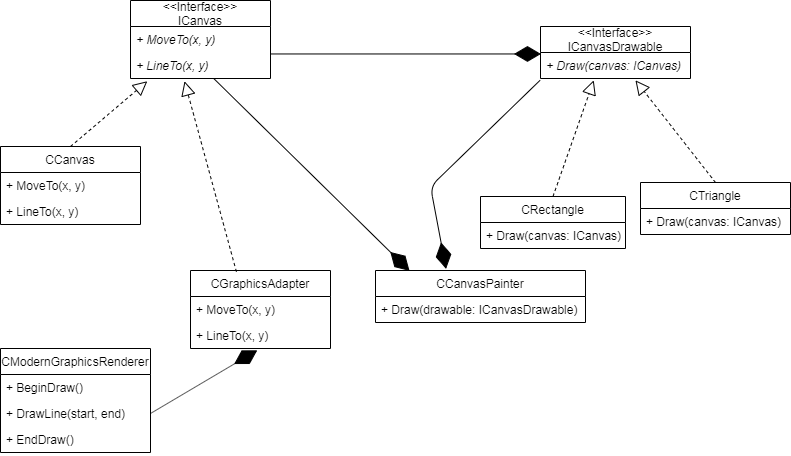
This is labs/6/ObjectAdapter/UML.png from StepanovVladimir/ood, a draw.io export, as it was before one commit. Source tidied: cells renumbered, new cells last; positions are measured from the earlier drawing's top-left corner, leaving out a move shared by most shapes.
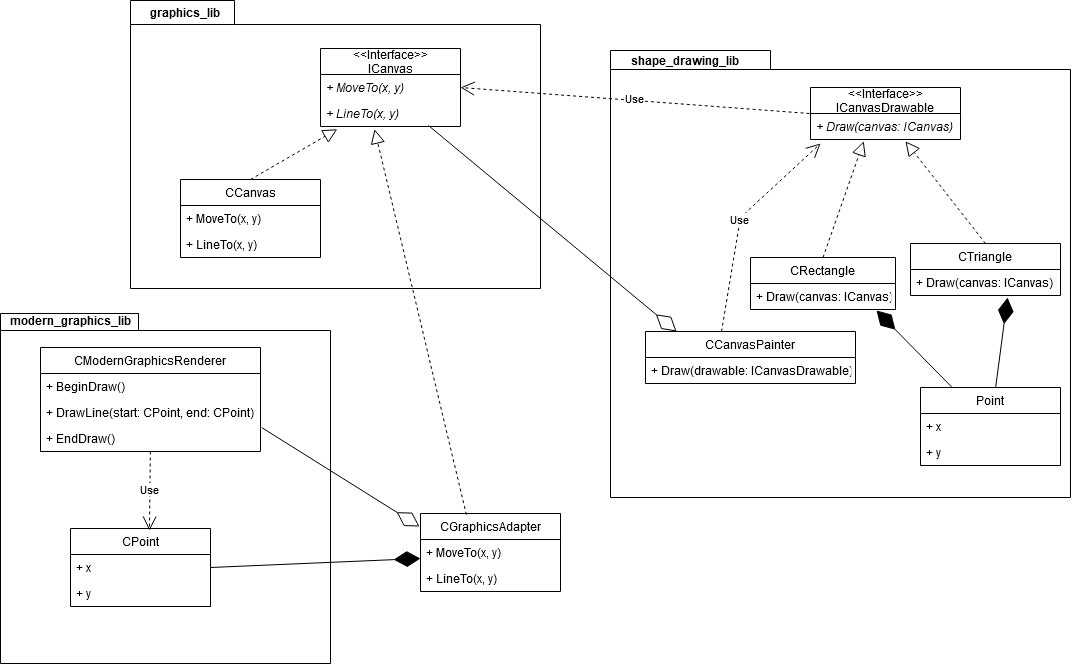
The same file after the commit.

Commit message:
Дополнил UML диаграмму

Change to the diagram source:
```diff
@@ -2,8 +2,17 @@
   <root>
     <mxCell id="0" />
     <mxCell id="1" parent="0" />
+    <mxCell id="31" style="shape=folder;fontStyle=1;spacingTop=10;tabWidth=138;tabHeight=17;tabPosition=left;html=1;" parent="1" vertex="1">
+      <mxGeometry x="-260" y="331" width="330" height="350" as="geometry" />
+    </mxCell>
+    <mxCell id="32" style="shape=folder;fontStyle=1;spacingTop=10;tabWidth=104;tabHeight=24;tabPosition=left;html=1;" parent="1" vertex="1">
+      <mxGeometry x="-130" y="18" width="410" height="288" as="geometry" />
+    </mxCell>
+    <mxCell id="33" style="shape=folder;fontStyle=1;spacingTop=10;tabWidth=160;tabHeight=19;tabPosition=left;html=1;" parent="1" vertex="1">
+      <mxGeometry x="350" y="68" width="460" height="447" as="geometry" />
+    </mxCell>
     <mxCell id="2" value="&lt;&lt;Interface&gt;&gt;&#10;ICanvas" style="swimlane;fontStyle=0;horizontal=1;startSize=26;fillColor=none;" parent="1" vertex="1">
-      <mxGeometry x="130" width="140" height="78" as="geometry" />
+      <mxGeometry x="60" y="66" width="140" height="78" as="geometry" />
     </mxCell>
     <mxCell id="3" value="+ MoveTo(x, y)" style="text;strokeColor=none;fillColor=none;align=left;verticalAlign=top;spacingLeft=4;spacingRight=4;overflow=hidden;fontStyle=2;" parent="2" vertex="1">
       <mxGeometry y="26" width="140" height="26" as="geometry" />
@@ -12,7 +21,7 @@
       <mxGeometry y="52" width="140" height="26" as="geometry" />
     </mxCell>
     <mxCell id="5" value="CCanvas" style="swimlane;fontStyle=0;horizontal=1;startSize=26;fillColor=none;" parent="1" vertex="1">
-      <mxGeometry y="146" width="140" height="78" as="geometry" />
+      <mxGeometry x="-80" y="197" width="140" height="78" as="geometry" />
     </mxCell>
     <mxCell id="6" value="+ MoveTo(x, y)" style="text;strokeColor=none;fillColor=none;align=left;verticalAlign=top;spacingLeft=4;spacingRight=4;overflow=hidden;" parent="5" vertex="1">
       <mxGeometry y="26" width="140" height="26" as="geometry" />
@@ -24,19 +33,19 @@
       <mxGeometry relative="1" as="geometry" />
     </mxCell>
     <mxCell id="9" value="&lt;&lt;Interface&gt;&gt;&#10;ICanvasDrawable" style="swimlane;fontStyle=0;horizontal=1;startSize=26;fillColor=none;" parent="1" vertex="1">
-      <mxGeometry x="540" y="26" width="150" height="52" as="geometry" />
+      <mxGeometry x="550" y="105" width="150" height="52" as="geometry" />
     </mxCell>
     <mxCell id="10" value="+ Draw(canvas: ICanvas)" style="text;strokeColor=none;fillColor=none;align=left;verticalAlign=top;spacingLeft=4;spacingRight=4;overflow=hidden;points=[[0,0.5],[1,0.5]];portConstraint=eastwest;fontStyle=2;" parent="9" vertex="1">
       <mxGeometry y="26" width="150" height="26" as="geometry" />
     </mxCell>
     <mxCell id="11" value="CRectangle" style="swimlane;fontStyle=0;horizontal=1;startSize=26;fillColor=none;" parent="1" vertex="1">
-      <mxGeometry x="480" y="196" width="145" height="52" as="geometry" />
+      <mxGeometry x="490" y="275" width="145" height="52" as="geometry" />
     </mxCell>
     <mxCell id="12" value="+ Draw(canvas: ICanvas)" style="text;strokeColor=none;fillColor=none;align=left;verticalAlign=top;spacingLeft=4;spacingRight=4;overflow=hidden;points=[[0,0.5],[1,0.5]];portConstraint=eastwest;" parent="11" vertex="1">
       <mxGeometry y="26" width="145" height="26" as="geometry" />
     </mxCell>
     <mxCell id="13" value="CTriangle" style="swimlane;fontStyle=0;horizontal=1;startSize=26;fillColor=none;" parent="1" vertex="1">
-      <mxGeometry x="640" y="182" width="150" height="52" as="geometry" />
+      <mxGeometry x="650" y="261" width="150" height="52" as="geometry" />
     </mxCell>
     <mxCell id="14" value="+ Draw(canvas: ICanvas)" style="text;strokeColor=none;fillColor=none;align=left;verticalAlign=top;spacingLeft=4;spacingRight=4;overflow=hidden;points=[[0,0.5],[1,0.5]];portConstraint=eastwest;" parent="13" vertex="1">
       <mxGeometry y="26" width="150" height="26" as="geometry" />
@@ -48,38 +57,25 @@
       <mxGeometry relative="1" as="geometry" />
     </mxCell>
     <mxCell id="17" value="CCanvasPainter" style="swimlane;fontStyle=0;horizontal=1;startSize=26;fillColor=none;" parent="1" vertex="1">
-      <mxGeometry x="375" y="270" width="210" height="52" as="geometry" />
+      <mxGeometry x="385" y="349" width="210" height="52" as="geometry" />
     </mxCell>
     <mxCell id="18" value="+ Draw(drawable: ICanvasDrawable)" style="text;strokeColor=none;fillColor=none;align=left;verticalAlign=top;spacingLeft=4;spacingRight=4;overflow=hidden;" parent="17" vertex="1">
       <mxGeometry y="26" width="210" height="26" as="geometry" />
     </mxCell>
-    <mxCell id="19" style="endArrow=diamondThin;endFill=1;endSize=24;html=1;entryX=0.162;entryY=0.007;entryDx=0;entryDy=0;entryPerimeter=0;" parent="1" edge="1" source="4" target="17">
-      <mxGeometry relative="1" as="geometry" />
-    </mxCell>
-    <mxCell id="20" style="endArrow=diamondThin;endFill=1;endSize=24;html=1;exitX=-0.003;exitY=1.07;exitDx=0;exitDy=0;exitPerimeter=0;entryX=0.336;entryY=-0.031;entryDx=0;entryDy=0;entryPerimeter=0;" parent="1" edge="1" source="10" target="17">
-      <mxGeometry relative="1" as="geometry">
-        <Array as="points">
-          <mxPoint x="430" y="186" />
-        </Array>
-      </mxGeometry>
-    </mxCell>
-    <mxCell id="21" style="endArrow=diamondThin;endFill=1;endSize=24;html=1;entryX=0.003;entryY=0.056;entryDx=0;entryDy=0;entryPerimeter=0;exitX=1;exitY=0.056;exitDx=0;exitDy=0;exitPerimeter=0;" parent="1" edge="1" source="4" target="10">
-      <mxGeometry relative="1" as="geometry" />
-    </mxCell>
     <mxCell id="22" value="CModernGraphicsRenderer" style="swimlane;fontStyle=0;horizontal=1;startSize=26;fillColor=none;" parent="1" vertex="1">
-      <mxGeometry y="348" width="150" height="104" as="geometry" />
+      <mxGeometry x="-220" y="365" width="220" height="104" as="geometry" />
     </mxCell>
     <mxCell id="23" value="+ BeginDraw()" style="text;strokeColor=none;fillColor=none;align=left;verticalAlign=top;spacingLeft=4;spacingRight=4;overflow=hidden;" parent="22" vertex="1">
-      <mxGeometry y="26" width="150" height="26" as="geometry" />
+      <mxGeometry y="26" width="220" height="26" as="geometry" />
     </mxCell>
-    <mxCell id="24" value="+ DrawLine(start, end)" style="text;strokeColor=none;fillColor=none;align=left;verticalAlign=top;spacingLeft=4;spacingRight=4;overflow=hidden;points=[[0,0.5],[1,0.5]];portConstraint=eastwest;" parent="22" vertex="1">
-      <mxGeometry y="52" width="150" height="26" as="geometry" />
+    <mxCell id="24" value="+ DrawLine(start: CPoint, end: CPoint)" style="text;strokeColor=none;fillColor=none;align=left;verticalAlign=top;spacingLeft=4;spacingRight=4;overflow=hidden;points=[[0,0.5],[1,0.5]];portConstraint=eastwest;" parent="22" vertex="1">
+      <mxGeometry y="52" width="220" height="26" as="geometry" />
     </mxCell>
     <mxCell id="25" value="+ EndDraw()" style="text;strokeColor=none;fillColor=none;align=left;verticalAlign=top;spacingLeft=4;spacingRight=4;overflow=hidden;points=[[0,0.5],[1,0.5]];portConstraint=eastwest;" parent="22" vertex="1">
-      <mxGeometry y="78" width="150" height="26" as="geometry" />
+      <mxGeometry y="78" width="220" height="26" as="geometry" />
     </mxCell>
     <mxCell id="26" value="CGraphicsAdapter" style="swimlane;fontStyle=0;horizontal=1;startSize=26;fillColor=none;" parent="1" vertex="1">
-      <mxGeometry x="190" y="270" width="140" height="78" as="geometry" />
+      <mxGeometry x="160" y="531" width="140" height="78" as="geometry" />
     </mxCell>
     <mxCell id="27" value="+ MoveTo(x, y)" style="text;strokeColor=none;fillColor=none;align=left;verticalAlign=top;spacingLeft=4;spacingRight=4;overflow=hidden;points=[[0,0.5],[1,0.5]];portConstraint=eastwest;" parent="26" vertex="1">
       <mxGeometry y="26" width="140" height="26" as="geometry" />
@@ -90,8 +86,62 @@
     <mxCell id="29" style="endArrow=block;dashed=1;endFill=0;endSize=12;html=1;entryX=0.386;entryY=1.105;entryDx=0;entryDy=0;entryPerimeter=0;exitX=0.328;exitY=0.016;exitDx=0;exitDy=0;exitPerimeter=0;" parent="1" edge="1" source="26" target="4">
       <mxGeometry relative="1" as="geometry" />
     </mxCell>
-    <mxCell id="30" style="endArrow=diamondThin;endFill=1;endSize=24;html=1;entryX=0.477;entryY=1.07;entryDx=0;entryDy=0;entryPerimeter=0;exitX=1;exitY=0.5;exitDx=0;exitDy=0;" parent="1" edge="1" source="24" target="28">
-      <mxGeometry relative="1" as="geometry" />
-    </mxCell>
+    <mxCell id="34" value="Use" style="endArrow=open;endSize=12;dashed=1;html=1;entryX=0.067;entryY=1.154;entryDx=0;entryDy=0;entryPerimeter=0;exitX=0.362;exitY=0;exitDx=0;exitDy=0;exitPerimeter=0;" parent="1" edge="1" source="17" target="10">
+      <mxGeometry relative="1" as="geometry">
+        <Array as="points">
+          <mxPoint x="480" y="235" />
+        </Array>
+      </mxGeometry>
+    </mxCell>
+    <mxCell id="35" value="Use" style="endArrow=open;endSize=12;dashed=1;html=1;exitX=-0.007;exitY=0;exitDx=0;exitDy=0;exitPerimeter=0;entryX=1;entryY=0.5;entryDx=0;entryDy=0;" parent="1" edge="1" source="10" target="2">
+      <mxGeometry relative="1" as="geometry" />
+    </mxCell>
+    <mxCell id="19" style="endArrow=diamondThin;endFill=0;endSize=24;html=1;entryX=0.148;entryY=0;entryDx=0;entryDy=0;entryPerimeter=0;exitX=0.771;exitY=0.962;exitDx=0;exitDy=0;exitPerimeter=0;" parent="1" edge="1" source="4" target="17">
+      <mxGeometry relative="1" as="geometry" />
+    </mxCell>
+    <mxCell id="36" value="shape_drawing_lib" style="text;align=center;fontStyle=1;verticalAlign=middle;spacingLeft=3;spacingRight=3;strokeColor=none;" parent="1" vertex="1">
+      <mxGeometry x="385" y="66" width="80" height="26" as="geometry" />
+    </mxCell>
+    <mxCell id="37" value="Point" style="swimlane;fontStyle=0;horizontal=1;startSize=26;fillColor=none;" parent="1" vertex="1">
+      <mxGeometry x="660" y="405" width="140" height="78" as="geometry" />
+    </mxCell>
+    <mxCell id="38" value="+ x" style="text;strokeColor=none;fillColor=none;align=left;verticalAlign=top;spacingLeft=4;spacingRight=4;overflow=hidden;" parent="37" vertex="1">
+      <mxGeometry y="26" width="140" height="26" as="geometry" />
+    </mxCell>
+    <mxCell id="39" value="+ y" style="text;strokeColor=none;fillColor=none;align=left;verticalAlign=top;spacingLeft=4;spacingRight=4;overflow=hidden;" parent="37" vertex="1">
+      <mxGeometry y="52" width="140" height="26" as="geometry" />
+    </mxCell>
+    <mxCell id="40" style="endArrow=diamondThin;endFill=1;endSize=24;html=1;entryX=0.647;entryY=1.077;entryDx=0;entryDy=0;entryPerimeter=0;" parent="1" edge="1" source="37" target="14">
+      <mxGeometry relative="1" as="geometry" />
+    </mxCell>
+    <mxCell id="41" style="endArrow=diamondThin;endFill=1;endSize=24;html=1;entryX=0.869;entryY=1.038;entryDx=0;entryDy=0;entryPerimeter=0;" parent="1" edge="1" source="37" target="12">
+      <mxGeometry relative="1" as="geometry" />
+    </mxCell>
+    <mxCell id="42" value="graphics_lib" style="text;align=center;fontStyle=1;verticalAlign=middle;spacingLeft=3;spacingRight=3;strokeColor=none;" parent="1" vertex="1">
+      <mxGeometry x="-115" y="18" width="80" height="26" as="geometry" />
+    </mxCell>
+    <mxCell id="43" value="CPoint" style="swimlane;fontStyle=0;horizontal=1;startSize=26;fillColor=none;" parent="1" vertex="1">
+      <mxGeometry x="-190" y="546" width="140" height="78" as="geometry" />
+    </mxCell>
+    <mxCell id="44" value="+ x" style="text;strokeColor=none;fillColor=none;align=left;verticalAlign=top;spacingLeft=4;spacingRight=4;overflow=hidden;points=[[0,0.5],[1,0.5]];portConstraint=eastwest;" parent="43" vertex="1">
+      <mxGeometry y="26" width="140" height="26" as="geometry" />
+    </mxCell>
+    <mxCell id="45" value="+ y" style="text;strokeColor=none;fillColor=none;align=left;verticalAlign=top;spacingLeft=4;spacingRight=4;overflow=hidden;" parent="43" vertex="1">
+      <mxGeometry y="52" width="140" height="26" as="geometry" />
+    </mxCell>
+    <mxCell id="46" value="Use" style="endArrow=open;endSize=12;dashed=1;html=1;entryX=0.564;entryY=0.026;entryDx=0;entryDy=0;entryPerimeter=0;" parent="1" edge="1" source="25" target="43">
+      <mxGeometry relative="1" as="geometry" />
+    </mxCell>
+    <mxCell id="47" value="modern_graphics_lib" style="text;align=center;fontStyle=1;verticalAlign=middle;spacingLeft=3;spacingRight=3;strokeColor=none;" parent="1" vertex="1">
+      <mxGeometry x="-230" y="326" width="80" height="26" as="geometry" />
+    </mxCell>
+    <mxCell id="48" style="endArrow=diamondThin;endFill=1;endSize=24;html=1;entryX=0;entryY=0.731;entryDx=0;entryDy=0;entryPerimeter=0;exitX=1;exitY=0.5;exitDx=0;exitDy=0;" parent="1" edge="1" source="44" target="27">
+      <mxGeometry relative="1" as="geometry" />
+    </mxCell>
+    <mxCell id="49" style="endArrow=diamondThin;endFill=0;endSize=24;html=1;exitX=1.005;exitY=0.077;exitDx=0;exitDy=0;exitPerimeter=0;" parent="1" edge="1" source="25">
+      <mxGeometry relative="1" as="geometry">
+        <mxPoint x="159" y="544" as="targetPoint" />
+      </mxGeometry>
+    </mxCell>
   </root>
 </mxGraphModel>
```
